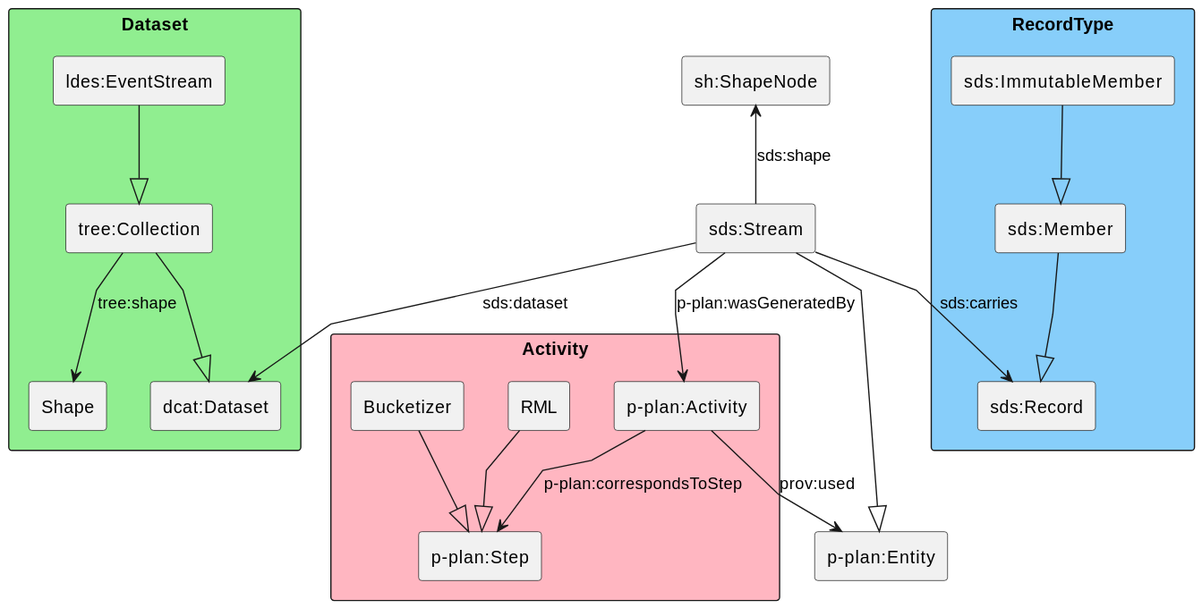
Earlier version of the PlantUML export ontology.svg (ajuvercr/sds-demo-paper).
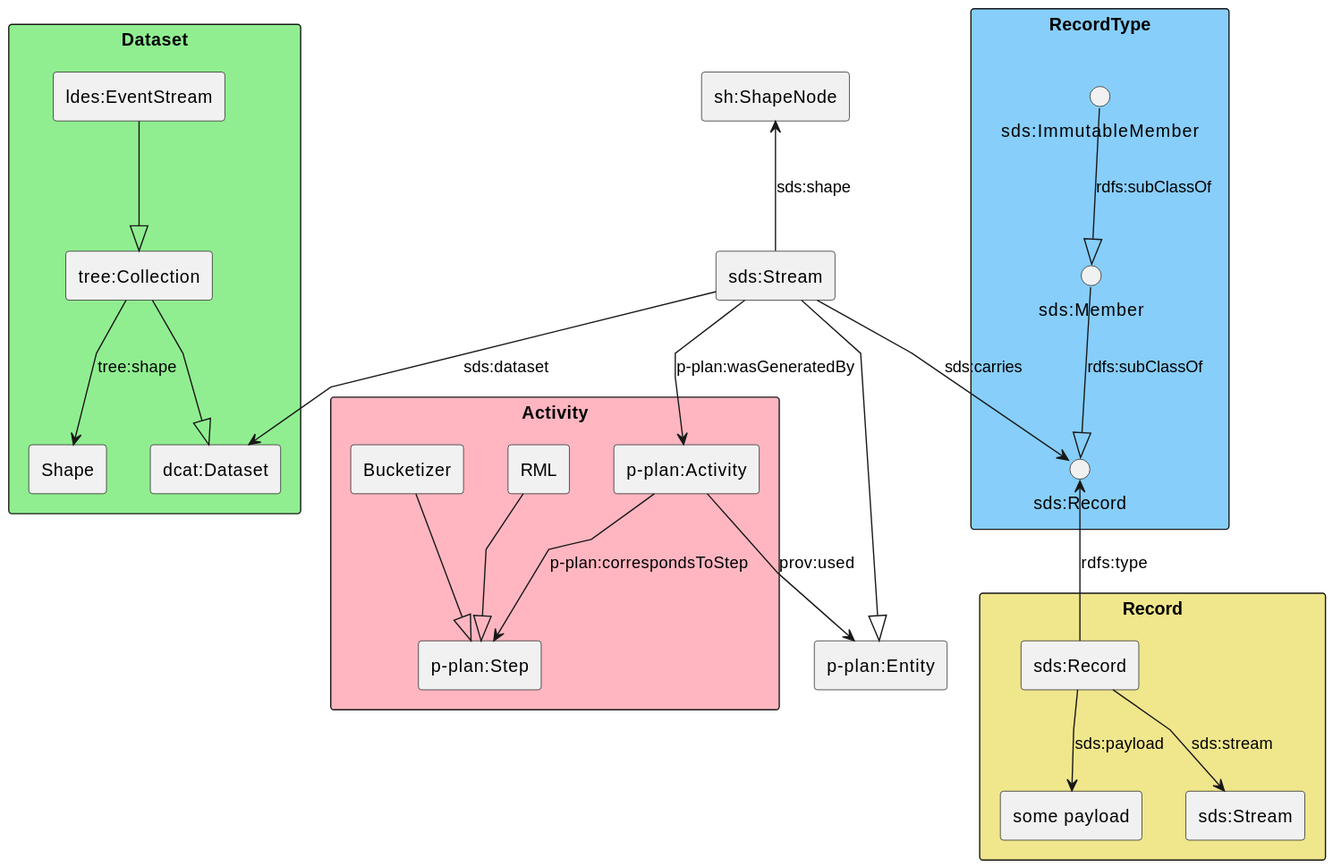
Later version of the same file.

Diff of the diagram source:
```diff
@@ -1,5 +1,6 @@
 @startuml
 skinparam linetype polyline
+skinparam backgroundcolor transparent
 
 skinparam sequenceMessageAlign direction
 
@@ -22,10 +23,17 @@
 }
 
 rectangle RecordType #LightSkyBlue {
-  [sds:ImmutableMember] as imm
-  [sds:Member] as mem
-  [sds:Record] as rec
+  interface "sds:ImmutableMember" as imm
+  interface "sds:Member" as mem
+  interface "sds:Record" as rec
 }
+
+rectangle Record #Khaki {
+  [sds:Record] as r
+  [some payload] as payload
+  [sds:Stream] as str
+}
+
 
 [sds:Stream] as stream
 [sh:ShapeNode] as shNode
@@ -50,7 +58,13 @@
 act --> entity : "prov:used"
 act --> step : "p-plan:correspondsToStep"
 
-imm --|> mem
-mem --|> rec
+imm --|> mem : "rdfs:subClassOf"
+mem --|> rec : "rdfs:subClassOf"
+
+
+
+r -up-> rec : "rdfs:type"
+r --> payload : "sds:payload"
+r --> str : "sds:stream"
 
 @enduml
```
